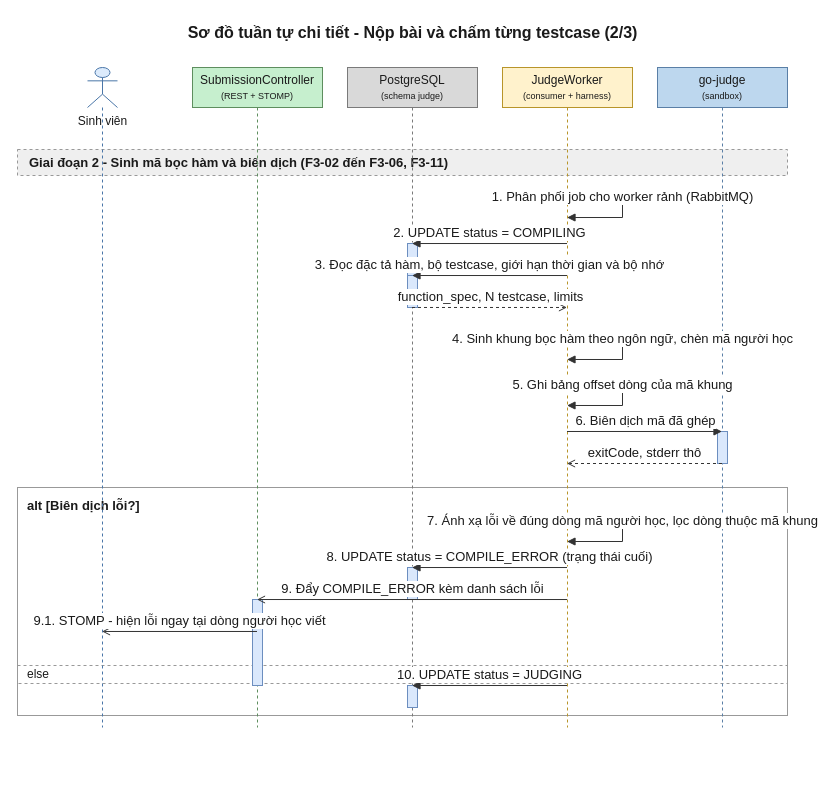
The draw.io diagram 08-diagram/sequence/user/sequence_user_nop_bai_va_xem_ket_qua_realtime_p2.drawio in daiphu1801/PRJ_ALGOPREP, before the edit. Source tidied: cells renumbered, new cells numbered last; positions are measured from the earlier drawing's top-left corner, leaving out a move shared by most shapes. Both pictures are drawn from the tidied source at 100%, with x=0, y=0 at pixel (17, 17).
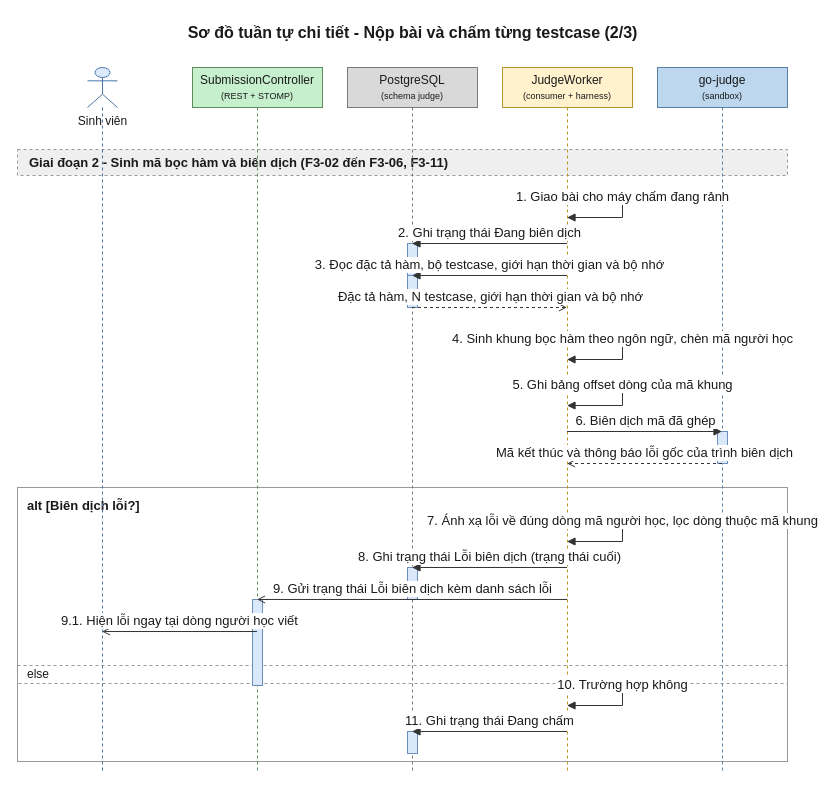
After the change.

Diff of the diagram source:
```diff
@@
     <mxCell id="3" value="alt [Biên dịch lỗi?]" style="algoprep=alt;rounded=0;whiteSpace=wrap;html=1;fillColor=none;strokeColor=#999999;verticalAlign=top;align=left;spacingLeft=8;spacingTop=4;fontColor=#1A1A1A;fontSize=13;fontStyle=1;dashed=0;" parent="1" vertex="1">
-      <mxGeometry y="470" width="770" height="228" as="geometry" />
+      <mxGeometry y="470" width="770" height="274" as="geometry" />
     </mxCell>
@@
     <mxCell id="6" value="Sinh viên" style="shape=umlLifeline;participant=umlActor;perimeter=lifelinePerimeter;html=1;outlineConnect=0;size=40;verticalAlign=top;spacingTop=40;fillColor=#DCEBFC;strokeColor=#4A76A8;fontColor=#1A1A1A;" parent="1" vertex="1">
-      <mxGeometry x="70" y="50" width="30" height="660" as="geometry" />
+      <mxGeometry x="70" y="50" width="30" height="706" as="geometry" />
     </mxCell>
     <mxCell id="7" value="SubmissionController&lt;br&gt;&lt;font style=&quot;font-size:9px&quot;&gt;(REST + STOMP)&lt;/font&gt;" style="shape=umlLifeline;perimeter=lifelinePerimeter;whiteSpace=wrap;html=1;outlineConnect=0;size=40;fillColor=#C6EFCE;strokeColor=#5E8E5E;fontColor=#1A1A1A;" parent="1" vertex="1">
-      <mxGeometry x="175" y="50" width="130" height="660" as="geometry" />
+      <mxGeometry x="175" y="50" width="130" height="706" as="geometry" />
     </mxCell>
     <mxCell id="8" value="PostgreSQL&lt;br&gt;&lt;font style=&quot;font-size:9px&quot;&gt;(schema judge)&lt;/font&gt;" style="shape=umlLifeline;perimeter=lifelinePerimeter;whiteSpace=wrap;html=1;outlineConnect=0;size=40;fillColor=#D9D9D9;strokeColor=#7A7A7A;fontColor=#1A1A1A;" parent="1" vertex="1">
-      <mxGeometry x="330" y="50" width="130" height="660" as="geometry" />
+      <mxGeometry x="330" y="50" width="130" height="706" as="geometry" />
     </mxCell>
     <mxCell id="9" value="JudgeWorker&lt;br&gt;&lt;font style=&quot;font-size:9px&quot;&gt;(consumer + harness)&lt;/font&gt;" style="shape=umlLifeline;perimeter=lifelinePerimeter;whiteSpace=wrap;html=1;outlineConnect=0;size=40;fillColor=#FFF2CC;strokeColor=#B8952A;fontColor=#1A1A1A;" parent="1" vertex="1">
-      <mxGeometry x="485" y="50" width="130" height="660" as="geometry" />
+      <mxGeometry x="485" y="50" width="130" height="706" as="geometry" />
     </mxCell>
     <mxCell id="10" value="go-judge&lt;br&gt;&lt;font style=&quot;font-size:9px&quot;&gt;(sandbox)&lt;/font&gt;" style="shape=umlLifeline;perimeter=lifelinePerimeter;whiteSpace=wrap;html=1;outlineConnect=0;size=40;fillColor=#BDD7EE;strokeColor=#5A7FA6;fontColor=#1A1A1A;" parent="1" vertex="1">
-      <mxGeometry x="640" y="50" width="130" height="660" as="geometry" />
+      <mxGeometry x="640" y="50" width="130" height="706" as="geometry" />
     </mxCell>
@@
     <mxCell id="16" style="html=1;perimeter=orthogonalPerimeter;targetShapes=umlLifeline;fillColor=#DAE8FC;strokeColor=#6C8EBF;" parent="8" vertex="1">
-      <mxGeometry x="60" y="618" width="10" height="22" as="geometry" />
+      <mxGeometry x="60" y="664" width="10" height="22" as="geometry" />
     </mxCell>
-    <mxCell id="17" value="1. Phân phối job cho worker rảnh (RabbitMQ)" style="edgeStyle=orthogonalEdgeStyle;rounded=0;html=1;endArrow=block;endFill=1;strokeColor=#333333;fontColor=#1A1A1A;fontSize=13;verticalAlign=bottom;exitX=0.5;exitY=0.1970;exitDx=0;exitDy=0;entryX=0.5;entryY=0.2273;entryDx=0;entryDy=0;" parent="1" edge="1" source="9" target="9">
+    <mxCell id="17" value="1. Giao bài cho máy chấm đang rảnh" style="edgeStyle=orthogonalEdgeStyle;rounded=0;html=1;endArrow=block;endFill=1;strokeColor=#333333;fontColor=#1A1A1A;fontSize=13;verticalAlign=bottom;exitX=0.5;exitY=0.1841;exitDx=0;exitDy=0;entryX=0.5;entryY=0.2125;entryDx=0;entryDy=0;" parent="1" edge="1" source="9" target="9">
       <mxGeometry relative="1" as="geometry">
         <Array as="points">
           <mxPoint x="605" y="180" />
           <mxPoint x="605" y="200" />
         </Array>
       </mxGeometry>
     </mxCell>
-    <mxCell id="18" value="2. UPDATE status = COMPILING" style="edgeStyle=none;html=1;endArrow=block;endFill=1;strokeColor=#333333;fontColor=#1A1A1A;fontSize=13;verticalAlign=bottom;exitX=0.5;exitY=0.2667;exitDx=0;exitDy=0;entryX=0.5;entryY=0.2667;entryDx=0;entryDy=0;" parent="1" edge="1" source="9" target="8">
+    <mxCell id="18" value="2. Ghi trạng thái Đang biên dịch" style="edgeStyle=none;html=1;endArrow=block;endFill=1;strokeColor=#333333;fontColor=#1A1A1A;fontSize=13;verticalAlign=bottom;exitX=0.5;exitY=0.2493;exitDx=0;exitDy=0;entryX=0.5;entryY=0.2493;entryDx=0;entryDy=0;" parent="1" edge="1" source="9" target="8">
       <mxGeometry relative="1" as="geometry" />
     </mxCell>
-    <mxCell id="19" value="3. Đọc đặc tả hàm, bộ testcase, giới hạn thời gian và bộ nhớ" style="edgeStyle=none;html=1;endArrow=block;endFill=1;strokeColor=#333333;fontColor=#1A1A1A;fontSize=13;verticalAlign=bottom;exitX=0.5;exitY=0.3152;exitDx=0;exitDy=0;entryX=0.5;entryY=0.3152;entryDx=0;entryDy=0;" parent="1" edge="1" source="9" target="8">
+    <mxCell id="19" value="3. Đọc đặc tả hàm, bộ testcase, giới hạn thời gian và bộ nhớ" style="edgeStyle=none;html=1;endArrow=block;endFill=1;strokeColor=#333333;fontColor=#1A1A1A;fontSize=13;verticalAlign=bottom;exitX=0.5;exitY=0.2946;exitDx=0;exitDy=0;entryX=0.5;entryY=0.2946;entryDx=0;entryDy=0;" parent="1" edge="1" source="9" target="8">
       <mxGeometry relative="1" as="geometry" />
     </mxCell>
-    <mxCell id="20" value="function_spec, N testcase, limits" style="edgeStyle=none;html=1;endArrow=open;endFill=0;dashed=1;strokeColor=#333333;fontColor=#1A1A1A;fontSize=13;verticalAlign=bottom;exitX=0.5;exitY=0.3636;exitDx=0;exitDy=0;entryX=0.5;entryY=0.3636;entryDx=0;entryDy=0;" parent="1" edge="1" source="8" target="9">
+    <mxCell id="20" value="Đặc tả hàm, N testcase, giới hạn thời gian và bộ nhớ" style="edgeStyle=none;html=1;endArrow=open;endFill=0;dashed=1;strokeColor=#333333;fontColor=#1A1A1A;fontSize=13;verticalAlign=bottom;exitX=0.5;exitY=0.3399;exitDx=0;exitDy=0;entryX=0.5;entryY=0.3399;entryDx=0;entryDy=0;" parent="1" edge="1" source="8" target="9">
       <mxGeometry relative="1" as="geometry" />
     </mxCell>
-    <mxCell id="21" value="4. Sinh khung bọc hàm theo ngôn ngữ, chèn mã người học" style="edgeStyle=orthogonalEdgeStyle;rounded=0;html=1;endArrow=block;endFill=1;strokeColor=#333333;fontColor=#1A1A1A;fontSize=13;verticalAlign=bottom;exitX=0.5;exitY=0.4121;exitDx=0;exitDy=0;entryX=0.5;entryY=0.4424;entryDx=0;entryDy=0;" parent="1" edge="1" source="9" target="9">
+    <mxCell id="21" value="4. Sinh khung bọc hàm theo ngôn ngữ, chèn mã người học" style="edgeStyle=orthogonalEdgeStyle;rounded=0;html=1;endArrow=block;endFill=1;strokeColor=#333333;fontColor=#1A1A1A;fontSize=13;verticalAlign=bottom;exitX=0.5;exitY=0.3853;exitDx=0;exitDy=0;entryX=0.5;entryY=0.4136;entryDx=0;entryDy=0;" parent="1" edge="1" source="9" target="9">
       <mxGeometry relative="1" as="geometry">
         <Array as="points">
           <mxPoint x="605" y="322" />
           <mxPoint x="605" y="342" />
         </Array>
       </mxGeometry>
     </mxCell>
-    <mxCell id="22" value="5. Ghi bảng offset dòng của mã khung" style="edgeStyle=orthogonalEdgeStyle;rounded=0;html=1;endArrow=block;endFill=1;strokeColor=#333333;fontColor=#1A1A1A;fontSize=13;verticalAlign=bottom;exitX=0.5;exitY=0.4818;exitDx=0;exitDy=0;entryX=0.5;entryY=0.5121;entryDx=0;entryDy=0;" parent="1" edge="1" source="9" target="9">
+    <mxCell id="22" value="5. Ghi bảng offset dòng của mã khung" style="edgeStyle=orthogonalEdgeStyle;rounded=0;html=1;endArrow=block;endFill=1;strokeColor=#333333;fontColor=#1A1A1A;fontSize=13;verticalAlign=bottom;exitX=0.5;exitY=0.4504;exitDx=0;exitDy=0;entryX=0.5;entryY=0.4788;entryDx=0;entryDy=0;" parent="1" edge="1" source="9" target="9">
       <mxGeometry relative="1" as="geometry">
         <Array as="points">
           <mxPoint x="605" y="368" />
           <mxPoint x="605" y="388" />
         </Array>
       </mxGeometry>
     </mxCell>
-    <mxCell id="23" value="6. Biên dịch mã đã ghép" style="edgeStyle=none;html=1;endArrow=block;endFill=1;strokeColor=#333333;fontColor=#1A1A1A;fontSize=13;verticalAlign=bottom;exitX=0.5;exitY=0.5515;exitDx=0;exitDy=0;entryX=0.5;entryY=0.5515;entryDx=0;entryDy=0;" parent="1" edge="1" source="9" target="10">
+    <mxCell id="23" value="6. Biên dịch mã đã ghép" style="edgeStyle=none;html=1;endArrow=block;endFill=1;strokeColor=#333333;fontColor=#1A1A1A;fontSize=13;verticalAlign=bottom;exitX=0.5;exitY=0.5156;exitDx=0;exitDy=0;entryX=0.5;entryY=0.5156;entryDx=0;entryDy=0;" parent="1" edge="1" source="9" target="10">
       <mxGeometry relative="1" as="geometry" />
     </mxCell>
-    <mxCell id="24" value="exitCode, stderr thô" style="edgeStyle=none;html=1;endArrow=open;endFill=0;dashed=1;strokeColor=#333333;fontColor=#1A1A1A;fontSize=13;verticalAlign=bottom;exitX=0.5;exitY=0.6000;exitDx=0;exitDy=0;entryX=0.5;entryY=0.6000;entryDx=0;entryDy=0;" parent="1" edge="1" source="10" target="9">
+    <mxCell id="24" value="Mã kết thúc và thông báo lỗi gốc của trình biên dịch" style="edgeStyle=none;html=1;endArrow=open;endFill=0;dashed=1;strokeColor=#333333;fontColor=#1A1A1A;fontSize=13;verticalAlign=bottom;exitX=0.5;exitY=0.5609;exitDx=0;exitDy=0;entryX=0.5;entryY=0.5609;entryDx=0;entryDy=0;" parent="1" edge="1" source="10" target="9">
       <mxGeometry relative="1" as="geometry" />
     </mxCell>
-    <mxCell id="25" value="7. Ánh xạ lỗi về đúng dòng mã người học, lọc dòng thuộc mã khung" style="edgeStyle=orthogonalEdgeStyle;rounded=0;html=1;endArrow=block;endFill=1;strokeColor=#333333;fontColor=#1A1A1A;fontSize=13;verticalAlign=bottom;exitX=0.5;exitY=0.6879;exitDx=0;exitDy=0;entryX=0.5;entryY=0.7182;entryDx=0;entryDy=0;" parent="1" edge="1" source="9" target="9">
+    <mxCell id="25" value="7. Ánh xạ lỗi về đúng dòng mã người học, lọc dòng thuộc mã khung" style="edgeStyle=orthogonalEdgeStyle;rounded=0;html=1;endArrow=block;endFill=1;strokeColor=#333333;fontColor=#1A1A1A;fontSize=13;verticalAlign=bottom;exitX=0.5;exitY=0.6431;exitDx=0;exitDy=0;entryX=0.5;entryY=0.6714;entryDx=0;entryDy=0;" parent="1" edge="1" source="9" target="9">
       <mxGeometry relative="1" as="geometry">
         <Array as="points">
           <mxPoint x="605" y="504" />
           <mxPoint x="605" y="524" />
         </Array>
       </mxGeometry>
     </mxCell>
-    <mxCell id="26" value="8. UPDATE status = COMPILE_ERROR (trạng thái cuối)" style="edgeStyle=none;html=1;endArrow=block;endFill=1;strokeColor=#333333;fontColor=#1A1A1A;fontSize=13;verticalAlign=bottom;exitX=0.5;exitY=0.7576;exitDx=0;exitDy=0;entryX=0.5;entryY=0.7576;entryDx=0;entryDy=0;" parent="1" edge="1" source="9" target="8">
+    <mxCell id="26" value="8. Ghi trạng thái Lỗi biên dịch (trạng thái cuối)" style="edgeStyle=none;html=1;endArrow=block;endFill=1;strokeColor=#333333;fontColor=#1A1A1A;fontSize=13;verticalAlign=bottom;exitX=0.5;exitY=0.7082;exitDx=0;exitDy=0;entryX=0.5;entryY=0.7082;entryDx=0;entryDy=0;" parent="1" edge="1" source="9" target="8">
       <mxGeometry relative="1" as="geometry" />
     </mxCell>
-    <mxCell id="27" value="9. Đẩy COMPILE_ERROR kèm danh sách lỗi" style="edgeStyle=none;html=1;endArrow=open;endFill=0;strokeColor=#333333;fontColor=#1A1A1A;fontSize=13;verticalAlign=bottom;exitX=0.5;exitY=0.8061;exitDx=0;exitDy=0;entryX=0.5;entryY=0.8061;entryDx=0;entryDy=0;" parent="1" edge="1" source="9" target="7">
+    <mxCell id="27" value="9. Gửi trạng thái Lỗi biên dịch kèm danh sách lỗi" style="edgeStyle=none;html=1;endArrow=open;endFill=0;strokeColor=#333333;fontColor=#1A1A1A;fontSize=13;verticalAlign=bottom;exitX=0.5;exitY=0.7535;exitDx=0;exitDy=0;entryX=0.5;entryY=0.7535;entryDx=0;entryDy=0;" parent="1" edge="1" source="9" target="7">
       <mxGeometry relative="1" as="geometry" />
     </mxCell>
-    <mxCell id="28" value="9.1. STOMP - hiện lỗi ngay tại dòng người học viết" style="edgeStyle=none;html=1;endArrow=open;endFill=0;strokeColor=#333333;fontColor=#1A1A1A;fontSize=13;verticalAlign=bottom;exitX=0.5;exitY=0.8545;exitDx=0;exitDy=0;entryX=0.5;entryY=0.8545;entryDx=0;entryDy=0;" parent="1" edge="1" source="7" target="6">
+    <mxCell id="28" value="9.1. Hiện lỗi ngay tại dòng người học viết" style="edgeStyle=none;html=1;endArrow=open;endFill=0;strokeColor=#333333;fontColor=#1A1A1A;fontSize=13;verticalAlign=bottom;exitX=0.5;exitY=0.7989;exitDx=0;exitDy=0;entryX=0.5;entryY=0.7989;entryDx=0;entryDy=0;" parent="1" edge="1" source="7" target="6">
       <mxGeometry relative="1" as="geometry" />
     </mxCell>
-    <mxCell id="29" value="10. UPDATE status = JUDGING" style="edgeStyle=none;html=1;endArrow=block;endFill=1;strokeColor=#333333;fontColor=#1A1A1A;fontSize=13;verticalAlign=bottom;exitX=0.5;exitY=0.9364;exitDx=0;exitDy=0;entryX=0.5;entryY=0.9364;entryDx=0;entryDy=0;" parent="1" edge="1" source="9" target="8">
-      <mxGeometry relative="1" as="geometry" />
+    <mxCell id="29" value="10. Trường hợp không" style="edgeStyle=orthogonalEdgeStyle;rounded=0;html=1;endArrow=block;endFill=1;strokeColor=#333333;fontColor=#1A1A1A;fontSize=13;verticalAlign=bottom;exitX=0.5;exitY=0.8754;exitDx=0;exitDy=0;entryX=0.5;entryY=0.9037;entryDx=0;entryDy=0;" parent="1" edge="1" source="9" target="9">
+      <mxGeometry relative="1" as="geometry">
+        <Array as="points">
+          <mxPoint x="605" y="668" />
+          <mxPoint x="605" y="688" />
+        </Array>
+      </mxGeometry>
     </mxCell>
+    <mxCell id="30" value="11. Ghi trạng thái Đang chấm" style="edgeStyle=none;html=1;endArrow=block;endFill=1;strokeColor=#333333;fontColor=#1A1A1A;fontSize=13;verticalAlign=bottom;exitX=0.5;exitY=0.9405;exitDx=0;exitDy=0;entryX=0.5;entryY=0.9405;entryDx=0;entryDy=0;" parent="1" edge="1" source="9" target="8">
+      <mxGeometry relative="1" as="geometry" />
+    </mxCell>
```
